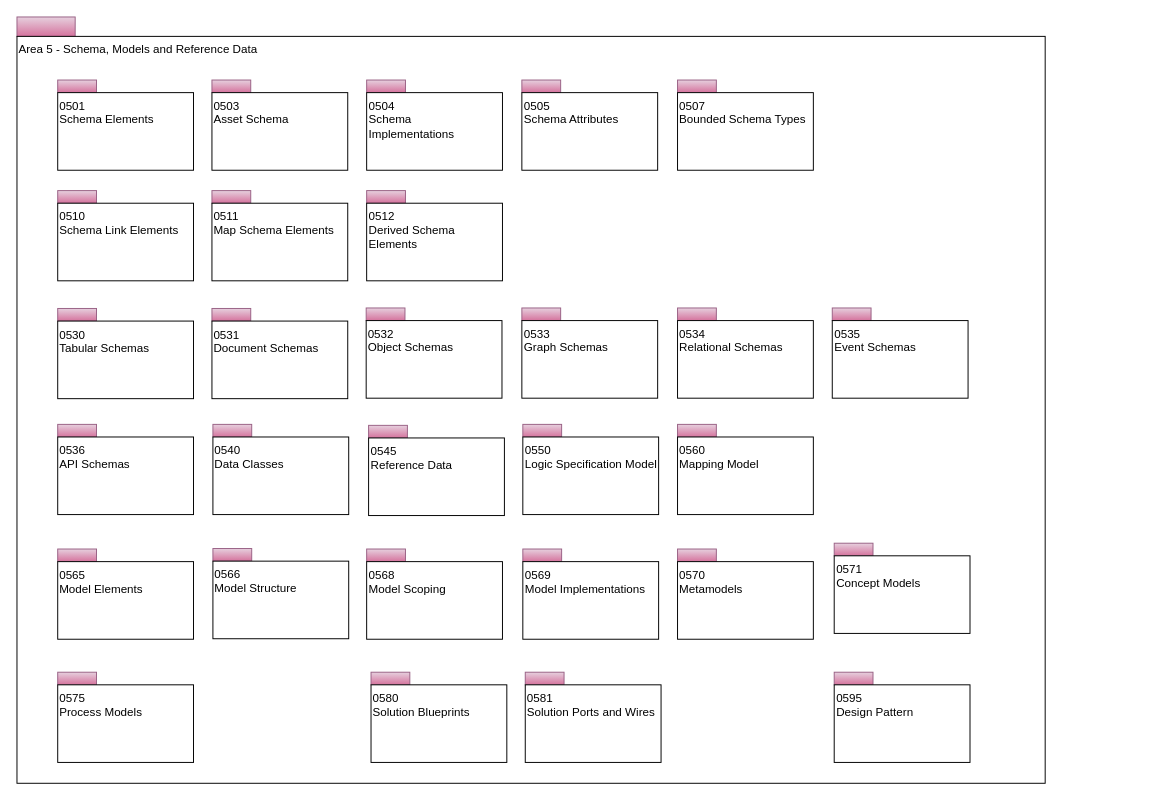
planetf1/egeria keeps this draw.io diagram as page "Overview" (1 of 26) of open-metadata-publication/website/open-metadata-types/area-5-models-and-schema.drawio. Above is the earlier version. Source tidied: cells renumbered, new cells numbered last; positions are measured from the earlier drawing's top-left corner, leaving out a move shared by most shapes. Both pictures are drawn from the tidied source at 97%, with x=0, y=0 at pixel (16, 16).
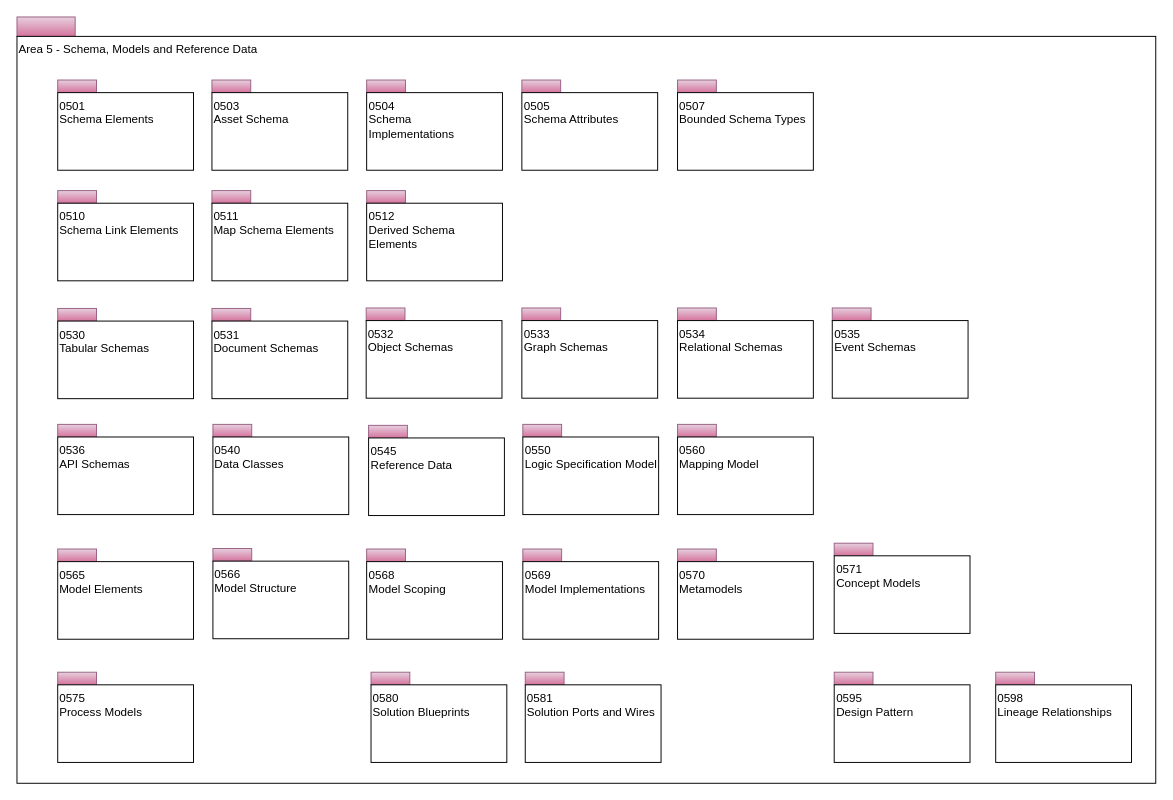
The same page after the edit.

The edit, as a diff of the source:
```diff
@@
     <mxCell id="3" value="Area 5 - Schema, Models and Reference Data" style="rounded=0;whiteSpace=wrap;html=1;align=left;verticalAlign=top;" parent="1" vertex="1">
-      <mxGeometry y="20" width="1060" height="770" as="geometry" />
+      <mxGeometry y="20" width="1174" height="770" as="geometry" />
     </mxCell>
@@
+    <mxCell id="62" style="rounded=0;whiteSpace=wrap;html=1;align=left;fillColor=#e6d0de;strokeColor=#996185;gradientColor=#d5739d;" parent="1" vertex="1">
+      <mxGeometry x="1009" y="675.5" width="40" height="13" as="geometry" />
+    </mxCell>
+    <mxCell id="63" value="0598&lt;br&gt;Lineage Relationships" style="rounded=0;whiteSpace=wrap;html=1;align=left;verticalAlign=top;" parent="1" vertex="1">
+      <mxGeometry x="1009" y="688.5" width="140" height="80" as="geometry" />
+    </mxCell>
```
